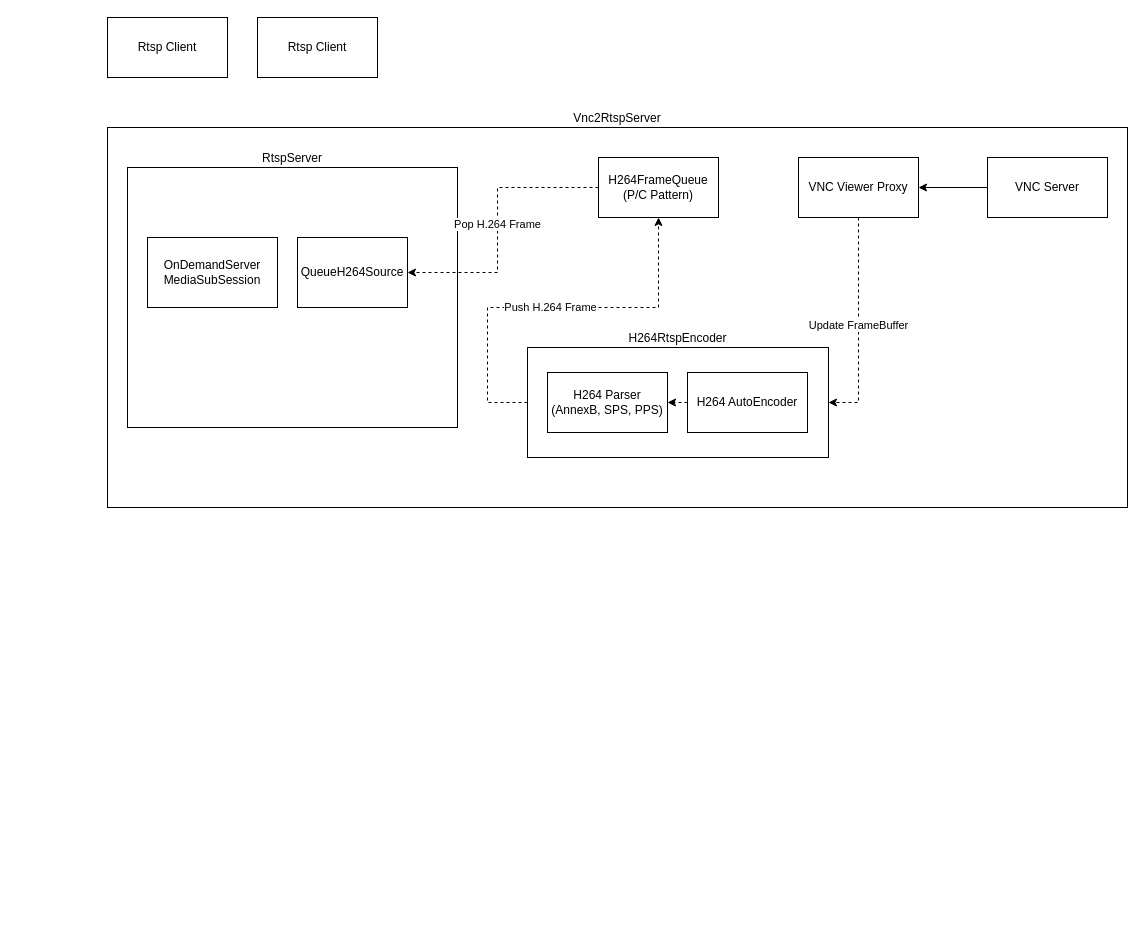
Above: UML/mirero/SwRcs/vnc_rtsp.drawio in rhkdguskim/Study (draw.io), before the change. Source tidied: cells renumbered, new cells numbered last; positions are measured from the earlier drawing's top-left corner, leaving out a move shared by most shapes. Both pictures are drawn from the tidied source at 100%, with x=0, y=0 at pixel (107, 17).
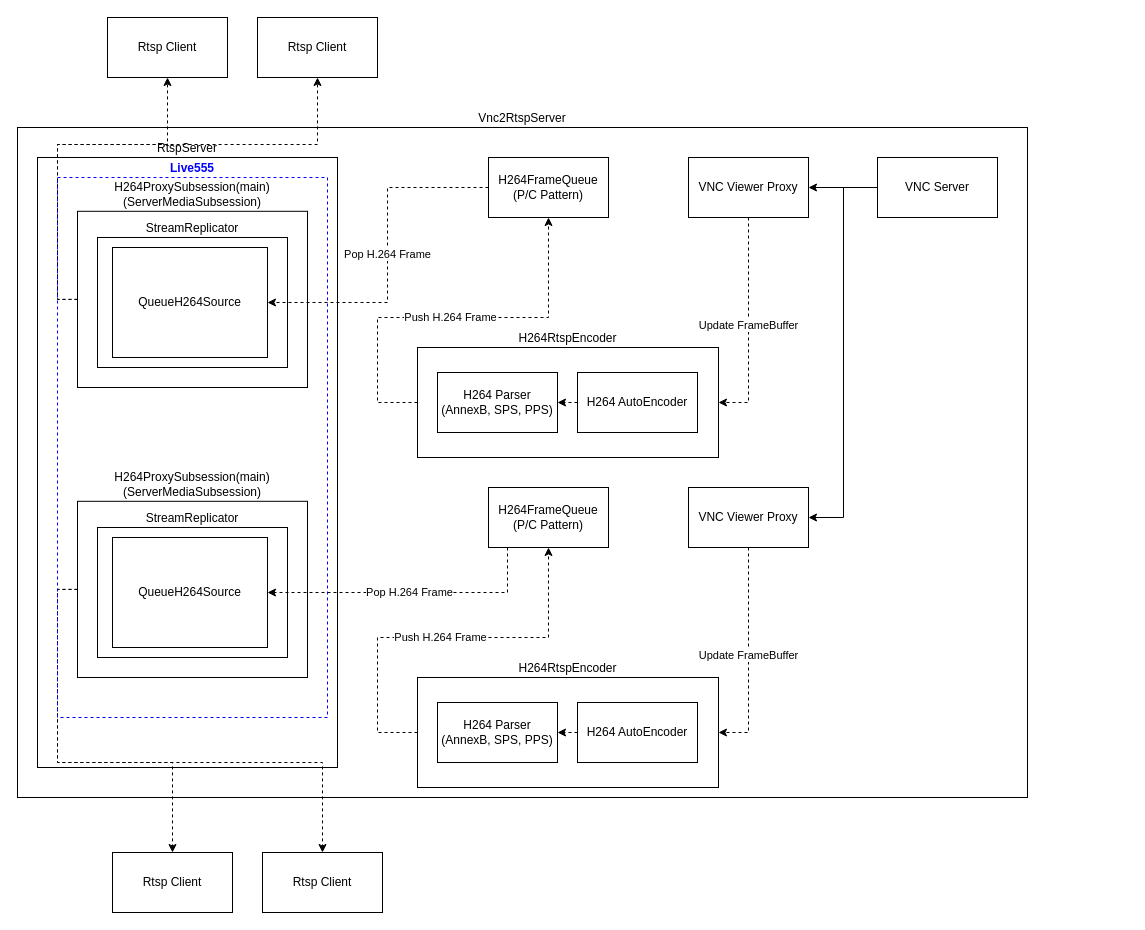
The same page after the edit.

The change refers to these unchanged cells:
```xml
<mxCell id="15" value="Rtsp Client" style="rounded=0;whiteSpace=wrap;html=1;" parent="1" vertex="1">
  <mxGeometry width="120" height="60" as="geometry" />
</mxCell>
<mxCell id="16" value="Rtsp Client" style="rounded=0;whiteSpace=wrap;html=1;" parent="1" vertex="1">
  <mxGeometry x="150" width="120" height="60" as="geometry" />
</mxCell>
```

What changed in the source:
```diff
@@
     <mxCell id="2" value="Vnc2RtspServer" style="rounded=0;whiteSpace=wrap;html=1;labelPosition=center;verticalLabelPosition=top;align=center;verticalAlign=bottom;" parent="1" vertex="1">
-      <mxGeometry y="110" width="1020" height="380" as="geometry" />
+      <mxGeometry x="-90" y="110" width="1010" height="670" as="geometry" />
     </mxCell>
     <mxCell id="3" value="RtspServer" style="rounded=0;whiteSpace=wrap;html=1;labelPosition=center;verticalLabelPosition=top;align=center;verticalAlign=bottom;" parent="1" vertex="1">
-      <mxGeometry x="20" y="150" width="330" height="260" as="geometry" />
+      <mxGeometry x="-70" y="140" width="300" height="610" as="geometry" />
     </mxCell>
-    <mxCell id="4" value="Pop&lt;span style=&quot;background-color: light-dark(#ffffff, var(--ge-dark-color, #121212)); color: light-dark(rgb(0, 0, 0), rgb(255, 255, 255));&quot;&gt;&amp;nbsp;H.264 Frame&lt;/span&gt;" style="edgeStyle=orthogonalEdgeStyle;rounded=0;jettySize=auto;html=1;entryX=1;entryY=0.5;entryDx=0;entryDy=0;dashed=1;" parent="1" edge="1" source="5" target="18">
-      <mxGeometry relative="1" as="geometry">
-        <Array as="points">
-          <mxPoint x="390" y="170" />
-          <mxPoint x="390" y="255" />
-        </Array>
-      </mxGeometry>
-    </mxCell>
     <mxCell id="5" value="H264FrameQueue&lt;br&gt;(P/C Pattern)" style="rounded=0;whiteSpace=wrap;html=1;" parent="1" vertex="1">
-      <mxGeometry x="491" y="140" width="120" height="60" as="geometry" />
+      <mxGeometry x="381" y="140" width="120" height="60" as="geometry" />
     </mxCell>
@@
+    <mxCell id="19" style="edgeStyle=orthogonalEdgeStyle;rounded=0;jettySize=auto;html=1;entryX=1;entryY=0.5;entryDx=0;entryDy=0;" parent="1" edge="1" source="7" target="25">
+      <mxGeometry relative="1" as="geometry">
+        <Array as="points">
+          <mxPoint x="736" y="170" />
+          <mxPoint x="736" y="500" />
+        </Array>
+      </mxGeometry>
+    </mxCell>
     <mxCell id="7" value="VNC Server" style="rounded=0;whiteSpace=wrap;html=1;" parent="1" vertex="1">
-      <mxGeometry x="880" y="140" width="120" height="60" as="geometry" />
+      <mxGeometry x="770" y="140" width="120" height="60" as="geometry" />
     </mxCell>
@@
     <mxCell id="9" value="VNC Viewer Proxy" style="rounded=0;whiteSpace=wrap;html=1;" parent="1" vertex="1">
-      <mxGeometry x="691" y="140" width="120" height="60" as="geometry" />
+      <mxGeometry x="581" y="140" width="120" height="60" as="geometry" />
     </mxCell>
     <mxCell id="10" value="Push H.264 Frame" style="edgeStyle=orthogonalEdgeStyle;rounded=0;jettySize=auto;html=1;entryX=0.5;entryY=1;entryDx=0;entryDy=0;dashed=1;" parent="1" edge="1" source="11" target="5">
       <mxGeometry relative="1" as="geometry">
         <Array as="points">
-          <mxPoint x="380" y="385" />
-          <mxPoint x="380" y="290" />
-          <mxPoint x="551" y="290" />
+          <mxPoint x="270" y="385" />
+          <mxPoint x="270" y="300" />
+          <mxPoint x="441" y="300" />
         </Array>
       </mxGeometry>
     </mxCell>
     <mxCell id="11" value="H264RtspEncoder" style="rounded=0;whiteSpace=wrap;html=1;align=center;labelPosition=center;verticalLabelPosition=top;verticalAlign=bottom;" parent="1" vertex="1">
-      <mxGeometry x="420" y="330" width="301" height="110" as="geometry" />
+      <mxGeometry x="310" y="330" width="301" height="110" as="geometry" />
     </mxCell>
     <mxCell id="12" value="H264 AutoEncoder" style="rounded=0;whiteSpace=wrap;html=1;" parent="1" vertex="1">
-      <mxGeometry x="580" y="355" width="120" height="60" as="geometry" />
+      <mxGeometry x="470" y="355" width="120" height="60" as="geometry" />
     </mxCell>
     <mxCell id="13" value="H264 Parser&lt;br&gt;(AnnexB, SPS, PPS)" style="rounded=0;whiteSpace=wrap;html=1;" parent="1" vertex="1">
-      <mxGeometry x="440" y="355" width="120" height="60" as="geometry" />
+      <mxGeometry x="330" y="355" width="120" height="60" as="geometry" />
     </mxCell>
@@
+    <mxCell id="20" style="edgeStyle=orthogonalEdgeStyle;rounded=0;jettySize=auto;html=1;entryX=0.5;entryY=1;entryDx=0;entryDy=0;dashed=1;" parent="1" edge="1" source="17" target="15">
+      <mxGeometry relative="1" as="geometry">
+        <Array as="points">
+          <mxPoint x="-50" y="282" />
+          <mxPoint x="-50" y="127" />
+          <mxPoint x="60" y="127" />
+        </Array>
+      </mxGeometry>
+    </mxCell>
+    <mxCell id="21" style="edgeStyle=orthogonalEdgeStyle;rounded=0;jettySize=auto;html=1;entryX=0.5;entryY=1;entryDx=0;entryDy=0;dashed=1;" parent="1" edge="1" source="17" target="16">
+      <mxGeometry relative="1" as="geometry">
+        <Array as="points">
+          <mxPoint x="-50" y="282" />
+          <mxPoint x="-50" y="127" />
+          <mxPoint x="210" y="127" />
+        </Array>
+      </mxGeometry>
+    </mxCell>
-    <mxCell id="17" value="OnDemandServer&lt;br&gt;MediaSubSession" style="rounded=0;whiteSpace=wrap;html=1;" parent="1" vertex="1">
-      <mxGeometry x="40" y="220" width="130" height="70" as="geometry" />
+    <mxCell id="17" value="H264ProxySubsession(main)&lt;br&gt;(ServerMediaSubsession)" style="rounded=0;whiteSpace=wrap;html=1;labelPosition=center;verticalLabelPosition=top;align=center;verticalAlign=bottom;" parent="1" vertex="1">
+      <mxGeometry x="-30" y="193.8" width="230" height="176.2" as="geometry" />
     </mxCell>
+    <mxCell id="22" value="StreamReplicator" style="rounded=0;whiteSpace=wrap;html=1;labelPosition=center;verticalLabelPosition=top;align=center;verticalAlign=bottom;" parent="1" vertex="1">
+      <mxGeometry x="-10" y="220" width="190" height="130" as="geometry" />
+    </mxCell>
+    <mxCell id="23" value="H264FrameQueue&lt;br&gt;(P/C Pattern)" style="rounded=0;whiteSpace=wrap;html=1;" parent="1" vertex="1">
+      <mxGeometry x="381" y="470" width="120" height="60" as="geometry" />
+    </mxCell>
+    <mxCell id="24" value="Update FrameBuffer" style="edgeStyle=orthogonalEdgeStyle;rounded=0;jettySize=auto;html=1;entryX=1;entryY=0.5;entryDx=0;entryDy=0;dashed=1;" parent="1" edge="1" source="25" target="27">
+      <mxGeometry relative="1" as="geometry" />
+    </mxCell>
+    <mxCell id="25" value="VNC Viewer Proxy" style="rounded=0;whiteSpace=wrap;html=1;" parent="1" vertex="1">
+      <mxGeometry x="581" y="470" width="120" height="60" as="geometry" />
+    </mxCell>
+    <mxCell id="26" value="Push H.264 Frame" style="edgeStyle=orthogonalEdgeStyle;rounded=0;jettySize=auto;html=1;entryX=0.5;entryY=1;entryDx=0;entryDy=0;dashed=1;" parent="1" edge="1" source="27" target="23">
+      <mxGeometry relative="1" as="geometry">
+        <Array as="points">
+          <mxPoint x="270" y="715" />
+          <mxPoint x="270" y="620" />
+          <mxPoint x="441" y="620" />
+        </Array>
+      </mxGeometry>
+    </mxCell>
+    <mxCell id="27" value="H264RtspEncoder" style="rounded=0;whiteSpace=wrap;html=1;align=center;labelPosition=center;verticalLabelPosition=top;verticalAlign=bottom;" parent="1" vertex="1">
+      <mxGeometry x="310" y="660" width="301" height="110" as="geometry" />
+    </mxCell>
+    <mxCell id="28" value="H264 AutoEncoder" style="rounded=0;whiteSpace=wrap;html=1;" parent="1" vertex="1">
+      <mxGeometry x="470" y="685" width="120" height="60" as="geometry" />
+    </mxCell>
+    <mxCell id="29" value="H264 Parser&lt;br&gt;(AnnexB, SPS, PPS)" style="rounded=0;whiteSpace=wrap;html=1;" parent="1" vertex="1">
+      <mxGeometry x="330" y="685" width="120" height="60" as="geometry" />
+    </mxCell>
+    <mxCell id="30" style="endArrow=classic;html=1;rounded=0;exitX=0;exitY=0.5;exitDx=0;exitDy=0;entryX=1;entryY=0.5;entryDx=0;entryDy=0;endFill=1;dashed=1;" parent="1" edge="1" source="28" target="29">
+      <mxGeometry relative="1" as="geometry" />
+    </mxCell>
     <mxCell id="18" value="QueueH264Source" style="rounded=0;whiteSpace=wrap;html=1;" parent="1" vertex="1">
-      <mxGeometry x="190" y="220" width="110" height="70" as="geometry" />
+      <mxGeometry x="5" y="230" width="155" height="110" as="geometry" />
     </mxCell>
+    <mxCell id="4" value="Pop&lt;span style=&quot;background-color: light-dark(#ffffff, var(--ge-dark-color, #121212)); color: light-dark(rgb(0, 0, 0), rgb(255, 255, 255));&quot;&gt;&amp;nbsp;H.264 Frame&lt;/span&gt;" style="edgeStyle=orthogonalEdgeStyle;rounded=0;jettySize=auto;html=1;entryX=1;entryY=0.5;entryDx=0;entryDy=0;dashed=1;" parent="1" edge="1" source="5" target="18">
+      <mxGeometry relative="1" as="geometry">
+        <Array as="points">
+          <mxPoint x="280" y="170" />
+          <mxPoint x="280" y="285" />
+        </Array>
+      </mxGeometry>
+    </mxCell>
+    <mxCell id="31" style="edgeStyle=orthogonalEdgeStyle;rounded=0;jettySize=auto;html=1;entryX=0.5;entryY=0;entryDx=0;entryDy=0;dashed=1;" parent="1" edge="1" source="33" target="36">
+      <mxGeometry relative="1" as="geometry">
+        <Array as="points">
+          <mxPoint x="-50" y="572" />
+          <mxPoint x="-50" y="745" />
+          <mxPoint x="65" y="745" />
+        </Array>
+      </mxGeometry>
+    </mxCell>
+    <mxCell id="32" style="edgeStyle=orthogonalEdgeStyle;rounded=0;jettySize=auto;html=1;entryX=0.5;entryY=0;entryDx=0;entryDy=0;dashed=1;" parent="1" edge="1" source="33" target="37">
+      <mxGeometry relative="1" as="geometry">
+        <Array as="points">
+          <mxPoint x="-50" y="572" />
+          <mxPoint x="-50" y="745" />
+          <mxPoint x="215" y="745" />
+        </Array>
+      </mxGeometry>
+    </mxCell>
+    <mxCell id="33" value="H264ProxySubsession(main)&lt;br&gt;(ServerMediaSubsession)" style="rounded=0;whiteSpace=wrap;html=1;labelPosition=center;verticalLabelPosition=top;align=center;verticalAlign=bottom;" parent="1" vertex="1">
+      <mxGeometry x="-30" y="483.8" width="230" height="176.2" as="geometry" />
+    </mxCell>
+    <mxCell id="34" value="StreamReplicator" style="rounded=0;whiteSpace=wrap;html=1;labelPosition=center;verticalLabelPosition=top;align=center;verticalAlign=bottom;" parent="1" vertex="1">
+      <mxGeometry x="-10" y="510" width="190" height="130" as="geometry" />
+    </mxCell>
+    <mxCell id="35" value="QueueH264Source" style="rounded=0;whiteSpace=wrap;html=1;" parent="1" vertex="1">
+      <mxGeometry x="5" y="520" width="155" height="110" as="geometry" />
+    </mxCell>
+    <mxCell id="36" value="Rtsp Client" style="rounded=0;whiteSpace=wrap;html=1;" parent="1" vertex="1">
+      <mxGeometry x="5" y="835" width="120" height="60" as="geometry" />
+    </mxCell>
+    <mxCell id="37" value="Rtsp Client" style="rounded=0;whiteSpace=wrap;html=1;" parent="1" vertex="1">
+      <mxGeometry x="155" y="835" width="120" height="60" as="geometry" />
+    </mxCell>
+    <mxCell id="38" value="Pop&lt;span style=&quot;background-color: light-dark(#ffffff, var(--ge-dark-color, #121212)); color: light-dark(rgb(0, 0, 0), rgb(255, 255, 255));&quot;&gt;&amp;nbsp;H.264 Frame&lt;/span&gt;" style="edgeStyle=orthogonalEdgeStyle;rounded=0;jettySize=auto;html=1;entryX=1;entryY=0.5;entryDx=0;entryDy=0;dashed=1;" parent="1" edge="1" source="23" target="35">
+      <mxGeometry relative="1" as="geometry">
+        <Array as="points">
+          <mxPoint x="400" y="575" />
+        </Array>
+      </mxGeometry>
+    </mxCell>
+    <mxCell id="39" value="&lt;b&gt;&lt;font style=&quot;color: rgb(0, 0, 255);&quot;&gt;Live555&lt;/font&gt;&lt;/b&gt;" style="rounded=0;whiteSpace=wrap;html=1;fillColor=none;dashed=1;strokeColor=#0000FF;labelPosition=center;verticalLabelPosition=top;align=center;verticalAlign=bottom;" parent="1" vertex="1">
+      <mxGeometry x="-50" y="160" width="270" height="540" as="geometry" />
+    </mxCell>
```
